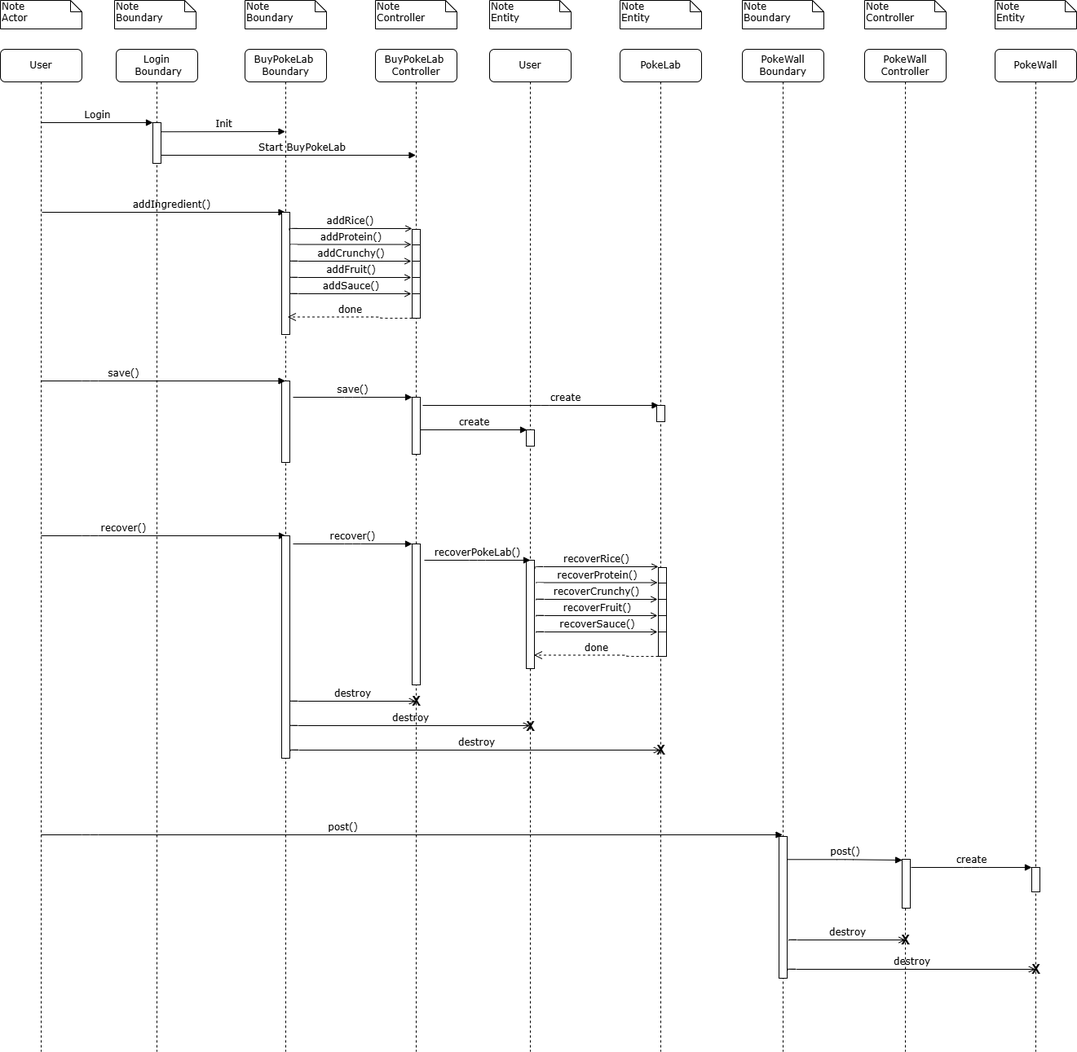
The draw.io diagram diagrams/SequenceDiagram.drawio.png in matteopinfildi/YourPoke-ISPWProject, before a commit. Source tidied: cells renumbered, new cells last; positions are measured from the earlier drawing's top-left corner, leaving out a move shared by most shapes.
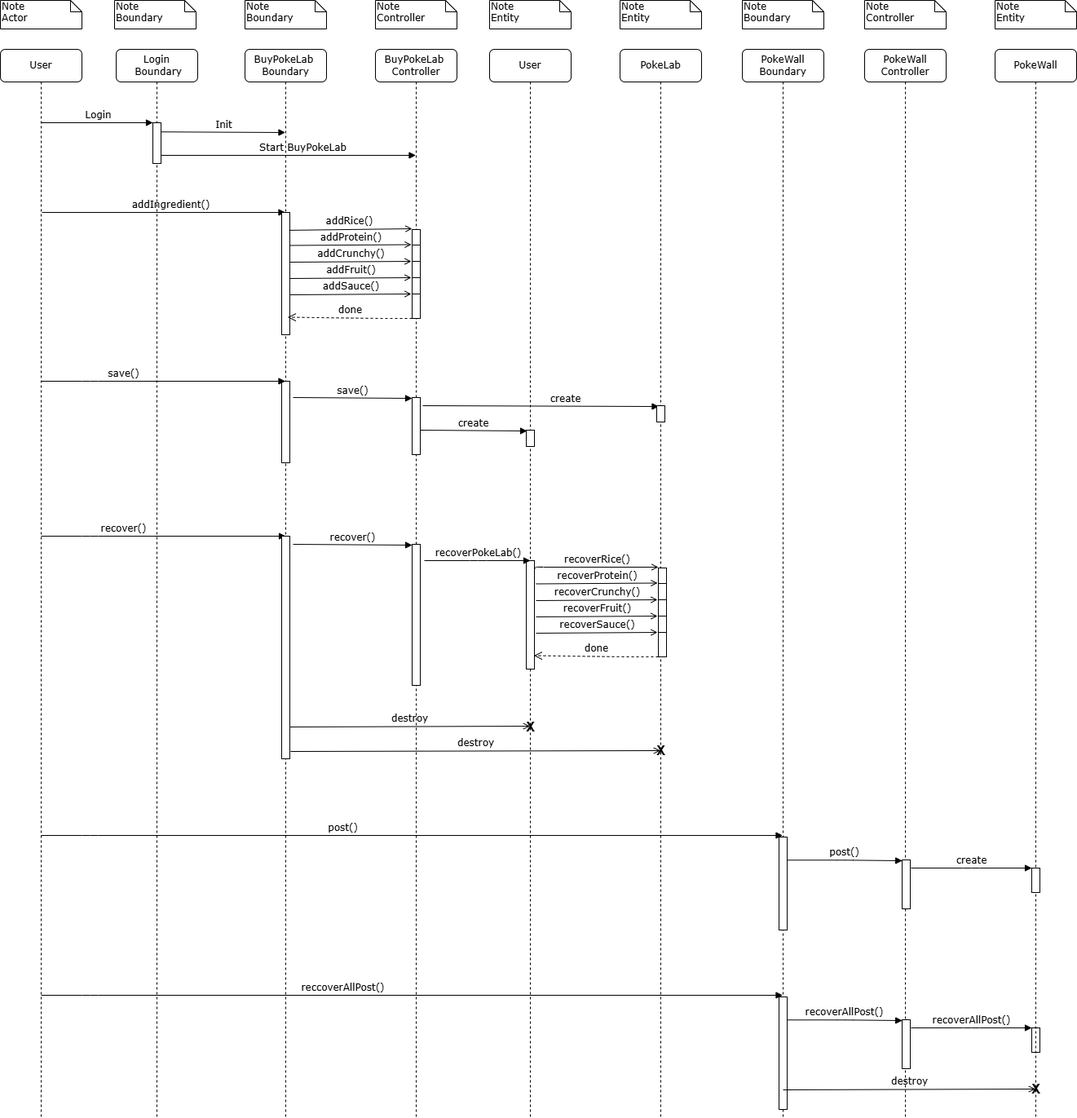
The same file after the commit.

Change to the diagram source:
```diff
@@ -18,7 +18,7 @@
       <mxGeometry x="600" width="100" height="35" as="geometry" />
     </mxCell>
     <mxCell id="7" value="User" style="shape=umlLifeline;perimeter=lifelinePerimeter;whiteSpace=wrap;html=1;rounded=1;shadow=0;comic=0;labelBackgroundColor=none;strokeWidth=1;fontFamily=Verdana;fontSize=12;align=center;" parent="1" vertex="1">
-      <mxGeometry y="60" width="100" height="1230" as="geometry" />
+      <mxGeometry y="60" width="100" height="1310" as="geometry" />
     </mxCell>
     <mxCell id="8" value="addIngredient()" style="html=1;verticalAlign=bottom;endArrow=block;labelBackgroundColor=none;fontFamily=Verdana;fontSize=12;edgeStyle=elbowEdgeStyle;elbow=vertical;" parent="7" edge="1" target="14">
       <mxGeometry x="0.07" relative="1" as="geometry">
@@ -26,7 +26,7 @@
       </mxGeometry>
     </mxCell>
     <mxCell id="9" value="Login&lt;div&gt;&amp;nbsp;Boundary&lt;/div&gt;" style="shape=umlLifeline;perimeter=lifelinePerimeter;whiteSpace=wrap;html=1;rounded=1;shadow=0;comic=0;labelBackgroundColor=none;strokeWidth=1;fontFamily=Verdana;fontSize=12;align=center;" parent="1" vertex="1">
-      <mxGeometry x="142" y="60" width="100" height="1230" as="geometry" />
+      <mxGeometry x="142" y="60" width="100" height="1310" as="geometry" />
     </mxCell>
     <mxCell id="10" style="html=1;points=[];perimeter=orthogonalPerimeter;rounded=0;shadow=0;comic=0;labelBackgroundColor=none;strokeWidth=1;fontFamily=Verdana;fontSize=12;align=center;" parent="9" vertex="1">
       <mxGeometry x="45" y="90" width="10" height="50" as="geometry" />
@@ -56,7 +56,7 @@
       </mxGeometry>
     </mxCell>
     <mxCell id="14" value="BuyPokeLab&amp;nbsp;&lt;div&gt;Boundary&lt;/div&gt;" style="shape=umlLifeline;perimeter=lifelinePerimeter;whiteSpace=wrap;html=1;outlineConnect=0;rounded=1;shadow=0;comic=0;labelBackgroundColor=none;strokeWidth=1;fontFamily=Verdana;fontSize=12;align=center;" parent="1" vertex="1">
-      <mxGeometry x="300" y="60" width="100" height="1230" as="geometry" />
+      <mxGeometry x="300" y="60" width="100" height="1310" as="geometry" />
     </mxCell>
     <mxCell id="15" style="html=1;points=[];perimeter=orthogonalPerimeter;rounded=0;shadow=0;comic=0;labelBackgroundColor=none;strokeWidth=1;fontFamily=Verdana;fontSize=12;align=center;" parent="14" vertex="1">
       <mxGeometry x="45" y="200" width="10" height="150" as="geometry" />
@@ -76,19 +76,11 @@
         </Array>
       </mxGeometry>
     </mxCell>
-    <mxCell id="19" value="destroy" style="html=1;verticalAlign=bottom;endArrow=open;labelBackgroundColor=none;fontFamily=Verdana;fontSize=12;edgeStyle=elbowEdgeStyle;elbow=vertical;exitX=1.1;exitY=0.263;exitDx=0;exitDy=0;exitPerimeter=0;endFill=0;" parent="14" edge="1" target="21">
-      <mxGeometry x="0.01" relative="1" as="geometry">
-        <mxPoint x="55" y="801" as="sourcePoint" />
-        <Array as="points">
-          <mxPoint x="139" y="800" />
-        </Array>
-      </mxGeometry>
-    </mxCell>
     <mxCell id="20" value="Init" style="html=1;verticalAlign=bottom;endArrow=block;labelBackgroundColor=none;fontFamily=Verdana;fontSize=12;edgeStyle=elbowEdgeStyle;elbow=vertical;exitX=1;exitY=0.225;exitDx=0;exitDy=0;exitPerimeter=0;" parent="1" edge="1" source="10" target="14">
       <mxGeometry x="0.01" relative="1" as="geometry" />
     </mxCell>
     <mxCell id="21" value="BuyPokeLab&amp;nbsp;&lt;div&gt;Controller&lt;/div&gt;" style="shape=umlLifeline;perimeter=lifelinePerimeter;whiteSpace=wrap;html=1;outlineConnect=0;rounded=1;shadow=0;comic=0;labelBackgroundColor=none;strokeWidth=1;fontFamily=Verdana;fontSize=12;align=center;" parent="1" vertex="1">
-      <mxGeometry x="460" y="60" width="100" height="1230" as="geometry" />
+      <mxGeometry x="460" y="60" width="100" height="1310" as="geometry" />
     </mxCell>
     <mxCell id="22" style="html=1;perimeter=orthogonalPerimeter;rounded=0;shadow=0;comic=0;labelBackgroundColor=none;strokeWidth=1;fontFamily=Verdana;fontSize=12;align=center;" parent="21" vertex="1">
       <mxGeometry x="45" y="221" width="10" height="50" as="geometry" />
@@ -149,16 +141,13 @@
         </Array>
       </mxGeometry>
     </mxCell>
-    <mxCell id="34" value="&lt;b&gt;&lt;font style=&quot;font-size: 16px;&quot;&gt;X&lt;/font&gt;&lt;/b&gt;" style="text;html=1;align=center;verticalAlign=middle;strokeColor=none;fillColor=none;" parent="21" vertex="1">
-      <mxGeometry x="35" y="785" width="30" height="30" as="geometry" />
-    </mxCell>
     <mxCell id="35" value="Start BuyPokeLab" style="html=1;verticalAlign=bottom;endArrow=block;labelBackgroundColor=none;fontFamily=Verdana;fontSize=12;edgeStyle=elbowEdgeStyle;elbow=vertical;exitX=1;exitY=0.225;exitDx=0;exitDy=0;exitPerimeter=0;" parent="1" edge="1" target="21">
       <mxGeometry x="0.11" relative="1" as="geometry">
         <mxPoint x="197" y="190" as="sourcePoint" />
       </mxGeometry>
     </mxCell>
     <mxCell id="36" value="User" style="shape=umlLifeline;perimeter=lifelinePerimeter;whiteSpace=wrap;html=1;rounded=1;shadow=0;comic=0;labelBackgroundColor=none;strokeWidth=1;fontFamily=Verdana;fontSize=12;align=center;" parent="1" vertex="1">
-      <mxGeometry x="600" y="60" width="100" height="1230" as="geometry" />
+      <mxGeometry x="600" y="60" width="100" height="1310" as="geometry" />
     </mxCell>
     <mxCell id="37" value="create" style="html=1;verticalAlign=bottom;endArrow=block;labelBackgroundColor=none;fontFamily=Verdana;fontSize=12;edgeStyle=elbowEdgeStyle;elbow=vertical;" parent="36" edge="1">
       <mxGeometry x="0.21" relative="1" as="geometry">
@@ -179,7 +168,7 @@
       <mxGeometry x="760" width="100" height="35" as="geometry" />
     </mxCell>
     <mxCell id="42" value="PokeLab" style="shape=umlLifeline;perimeter=lifelinePerimeter;whiteSpace=wrap;html=1;rounded=1;shadow=0;comic=0;labelBackgroundColor=none;strokeWidth=1;fontFamily=Verdana;fontSize=12;align=center;" parent="1" vertex="1">
-      <mxGeometry x="760" y="60" width="100" height="1230" as="geometry" />
+      <mxGeometry x="760" y="60" width="100" height="1310" as="geometry" />
     </mxCell>
     <mxCell id="43" style="html=1;perimeter=orthogonalPerimeter;rounded=0;shadow=0;comic=0;labelBackgroundColor=none;strokeWidth=1;fontFamily=Verdana;fontSize=12;align=center;" parent="42" vertex="1">
       <mxGeometry x="45" y="437" width="10" height="20" as="geometry" />
@@ -209,10 +198,10 @@
       <mxGeometry x="910" width="100" height="35" as="geometry" />
     </mxCell>
     <mxCell id="48" value="PokeWall&lt;div&gt;Boundary&lt;/div&gt;" style="shape=umlLifeline;perimeter=lifelinePerimeter;whiteSpace=wrap;html=1;rounded=1;shadow=0;comic=0;labelBackgroundColor=none;strokeWidth=1;fontFamily=Verdana;fontSize=12;align=center;" parent="1" vertex="1">
-      <mxGeometry x="910" y="60" width="100" height="1230" as="geometry" />
+      <mxGeometry x="910" y="60" width="100" height="1310" as="geometry" />
     </mxCell>
     <mxCell id="49" style="html=1;perimeter=orthogonalPerimeter;rounded=0;shadow=0;comic=0;labelBackgroundColor=none;strokeWidth=1;fontFamily=Verdana;fontSize=12;align=center;" parent="48" vertex="1">
-      <mxGeometry x="45" y="966" width="10" height="174" as="geometry" />
+      <mxGeometry x="45" y="966" width="10" height="114" as="geometry" />
     </mxCell>
     <mxCell id="50" value="post()" style="html=1;verticalAlign=bottom;endArrow=block;entryX=0.017;entryY=0.017;labelBackgroundColor=none;fontFamily=Verdana;fontSize=12;edgeStyle=elbowEdgeStyle;elbow=horizontal;entryDx=0;entryDy=0;entryPerimeter=0;" parent="48" edge="1" target="53">
       <mxGeometry relative="1" as="geometry">
@@ -223,23 +212,51 @@
       <mxGeometry x="1060" width="100" height="35" as="geometry" />
     </mxCell>
     <mxCell id="52" value="PokeWall&lt;div&gt;Controller&lt;/div&gt;" style="shape=umlLifeline;perimeter=lifelinePerimeter;whiteSpace=wrap;html=1;rounded=1;shadow=0;comic=0;labelBackgroundColor=none;strokeWidth=1;fontFamily=Verdana;fontSize=12;align=center;" parent="1" vertex="1">
-      <mxGeometry x="1060" y="60" width="100" height="1230" as="geometry" />
+      <mxGeometry x="1060" y="60" width="100" height="1310" as="geometry" />
     </mxCell>
     <mxCell id="53" style="html=1;points=[];perimeter=orthogonalPerimeter;rounded=0;shadow=0;comic=0;labelBackgroundColor=none;strokeWidth=1;fontFamily=Verdana;fontSize=12;align=center;" parent="52" vertex="1">
       <mxGeometry x="46" y="994" width="10" height="60" as="geometry" />
     </mxCell>
-    <mxCell id="54" value="&lt;b&gt;&lt;font style=&quot;font-size: 16px;&quot;&gt;X&lt;/font&gt;&lt;/b&gt;" style="text;html=1;align=center;verticalAlign=middle;strokeColor=none;fillColor=none;" parent="52" vertex="1">
-      <mxGeometry x="35" y="1078" width="30" height="30" as="geometry" />
-    </mxCell>
+    <mxCell id="78" value="reccoverAllPost()" style="html=1;verticalAlign=bottom;endArrow=block;labelBackgroundColor=none;fontFamily=Verdana;fontSize=12;edgeStyle=elbowEdgeStyle;elbow=vertical;" parent="52" edge="1">
+      <mxGeometry x="-0.19" relative="1" as="geometry">
+        <mxPoint x="-1010" y="1160" as="sourcePoint" />
+        <mxPoint x="-100.5" y="1160" as="targetPoint" />
+        <Array as="points">
+          <mxPoint x="-950" y="1160" />
+        </Array>
+      </mxGeometry>
+    </mxCell>
+    <mxCell id="79" style="html=1;perimeter=orthogonalPerimeter;rounded=0;shadow=0;comic=0;labelBackgroundColor=none;strokeWidth=1;fontFamily=Verdana;fontSize=12;align=center;" parent="52" vertex="1">
+      <mxGeometry x="-105" y="1162" width="10" height="138" as="geometry" />
+    </mxCell>
+    <mxCell id="80" value="recoverAllPost()" style="html=1;verticalAlign=bottom;endArrow=block;entryX=0.017;entryY=0.017;labelBackgroundColor=none;fontFamily=Verdana;fontSize=12;edgeStyle=elbowEdgeStyle;elbow=horizontal;entryDx=0;entryDy=0;entryPerimeter=0;" parent="52" edge="1" target="81">
+      <mxGeometry relative="1" as="geometry">
+        <mxPoint x="-95" y="1190.3" as="sourcePoint" />
+      </mxGeometry>
+    </mxCell>
+    <mxCell id="81" style="html=1;points=[];perimeter=orthogonalPerimeter;rounded=0;shadow=0;comic=0;labelBackgroundColor=none;strokeWidth=1;fontFamily=Verdana;fontSize=12;align=center;" parent="52" vertex="1">
+      <mxGeometry x="46" y="1190" width="10" height="60" as="geometry" />
+    </mxCell>
+    <mxCell id="82" style="html=1;points=[];perimeter=orthogonalPerimeter;rounded=0;shadow=0;comic=0;labelBackgroundColor=none;strokeWidth=1;fontFamily=Verdana;fontSize=12;align=center;" parent="52" vertex="1">
+      <mxGeometry x="205" y="1200" width="10" height="30" as="geometry" />
+    </mxCell>
+    <mxCell id="83" value="recoverAllPost()" style="html=1;verticalAlign=bottom;endArrow=block;labelBackgroundColor=none;fontFamily=Verdana;fontSize=12;edgeStyle=elbowEdgeStyle;elbow=vertical;" parent="52" edge="1" target="82">
+      <mxGeometry relative="1" as="geometry">
+        <mxPoint x="57" y="1200" as="sourcePoint" />
+      </mxGeometry>
+    </mxCell>
     <mxCell id="55" value="Note&lt;div&gt;Entity&lt;/div&gt;" style="shape=note;whiteSpace=wrap;html=1;size=14;verticalAlign=top;align=left;spacingTop=-6;rounded=0;shadow=0;comic=0;labelBackgroundColor=none;strokeWidth=1;fontFamily=Verdana;fontSize=12;" parent="1" vertex="1">
       <mxGeometry x="1220" width="100" height="35" as="geometry" />
     </mxCell>
     <mxCell id="56" value="PokeWall" style="shape=umlLifeline;perimeter=lifelinePerimeter;whiteSpace=wrap;html=1;outlineConnect=0;rounded=1;shadow=0;comic=0;labelBackgroundColor=none;strokeWidth=1;fontFamily=Verdana;fontSize=12;align=center;" parent="1" vertex="1">
-      <mxGeometry x="1220" y="60" width="100" height="1230" as="geometry" />
+      <mxGeometry x="1220" y="60" width="100" height="1310" as="geometry" />
     </mxCell>
     <mxCell id="57" style="html=1;points=[];perimeter=orthogonalPerimeter;rounded=0;shadow=0;comic=0;labelBackgroundColor=none;strokeWidth=1;fontFamily=Verdana;fontSize=12;align=center;" parent="56" vertex="1">
       <mxGeometry x="45" y="1004" width="10" height="30" as="geometry" />
     </mxCell>
+    <mxCell id="84" value="&lt;b&gt;&lt;font style=&quot;font-size: 16px;&quot;&gt;X&lt;/font&gt;&lt;/b&gt;" style="text;html=1;align=center;verticalAlign=middle;strokeColor=none;fillColor=none;" parent="56" vertex="1">
+      <mxGeometry x="35" y="1260" width="30" height="30" as="geometry" />
+    </mxCell>
     <mxCell id="58" value="create" style="html=1;verticalAlign=bottom;endArrow=block;labelBackgroundColor=none;fontFamily=Verdana;fontSize=12;edgeStyle=elbowEdgeStyle;elbow=vertical;" parent="1" edge="1" target="57">
       <mxGeometry relative="1" as="geometry">
         <mxPoint x="1117" y="1064" as="sourcePoint" />
@@ -355,26 +372,13 @@
     <mxCell id="74" value="&lt;b&gt;&lt;font style=&quot;font-size: 16px;&quot;&gt;X&lt;/font&gt;&lt;/b&gt;" style="text;html=1;align=center;verticalAlign=middle;strokeColor=none;fillColor=none;" parent="1" vertex="1">
       <mxGeometry x="795" y="905" width="30" height="30" as="geometry" />
     </mxCell>
-    <mxCell id="75" value="destroy" style="html=1;verticalAlign=bottom;endArrow=open;labelBackgroundColor=none;fontFamily=Verdana;fontSize=12;edgeStyle=elbowEdgeStyle;elbow=vertical;exitX=1.1;exitY=0.263;exitDx=0;exitDy=0;exitPerimeter=0;endFill=0;" parent="1" edge="1">
-      <mxGeometry x="0.01" relative="1" as="geometry">
-        <mxPoint x="967" y="1154" as="sourcePoint" />
-        <mxPoint x="1110" y="1153" as="targetPoint" />
-        <Array as="points">
-          <mxPoint x="1051" y="1153" />
-        </Array>
-      </mxGeometry>
-    </mxCell>
-    <mxCell id="76" value="destroy" style="html=1;verticalAlign=bottom;endArrow=open;labelBackgroundColor=none;fontFamily=Verdana;fontSize=12;edgeStyle=elbowEdgeStyle;elbow=vertical;endFill=0;" parent="1" edge="1">
+    <mxCell id="76" value="destroy" style="html=1;verticalAlign=bottom;endArrow=open;labelBackgroundColor=none;fontFamily=Verdana;fontSize=12;edgeStyle=elbowEdgeStyle;elbow=vertical;endFill=0;" parent="1" edge="1" target="56">
       <mxGeometry x="0.01" relative="1" as="geometry">
-        <mxPoint x="966" y="1190" as="sourcePoint" />
-        <mxPoint x="1269.5" y="1189" as="targetPoint" />
+        <mxPoint x="960" y="1336" as="sourcePoint" />
         <Array as="points">
-          <mxPoint x="956" y="1189" />
+          <mxPoint x="950" y="1335" />
         </Array>
       </mxGeometry>
     </mxCell>
-    <mxCell id="77" value="&lt;b&gt;&lt;font style=&quot;font-size: 16px;&quot;&gt;X&lt;/font&gt;&lt;/b&gt;" style="text;html=1;align=center;verticalAlign=middle;strokeColor=none;fillColor=none;" parent="1" vertex="1">
-      <mxGeometry x="1255" y="1174" width="30" height="30" as="geometry" />
-    </mxCell>
   </root>
 </mxGraphModel>
```
